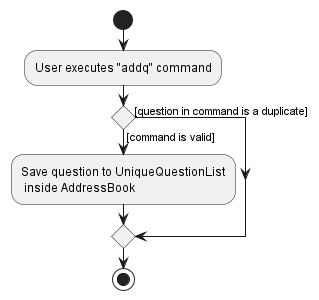
The PlantUML diagram docs/images/AddQActivityDiagram.png in nus-cs2103-AY2223S1/tp, before a commit. The source it was exported from:
```plantuml
@startuml
start
:User executes "addq" command;


if () then ([command is valid])
    :Save question to UniqueQuestionList
     inside AddressBook;
else ([question in command is a duplicate])
endif
stop
@enduml
```
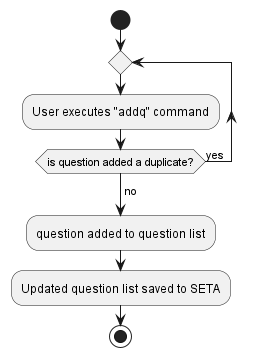
Later version of the same file.

Commit message:
Update addq activity diagram

Change to the diagram source:
```diff
@@ -1,12 +1,14 @@
 @startuml
 start
+
+repeat
 :User executes "addq" command;
+repeat while (is question added a duplicate?) is (yes)
+-> no;
 
+:question added to question list;
 
-if () then ([command is valid])
-    :Save question to UniqueQuestionList
-     inside AddressBook;
-else ([question in command is a duplicate])
-endif
+:Updated question list saved to SETA;
+
 stop
 @enduml
```
